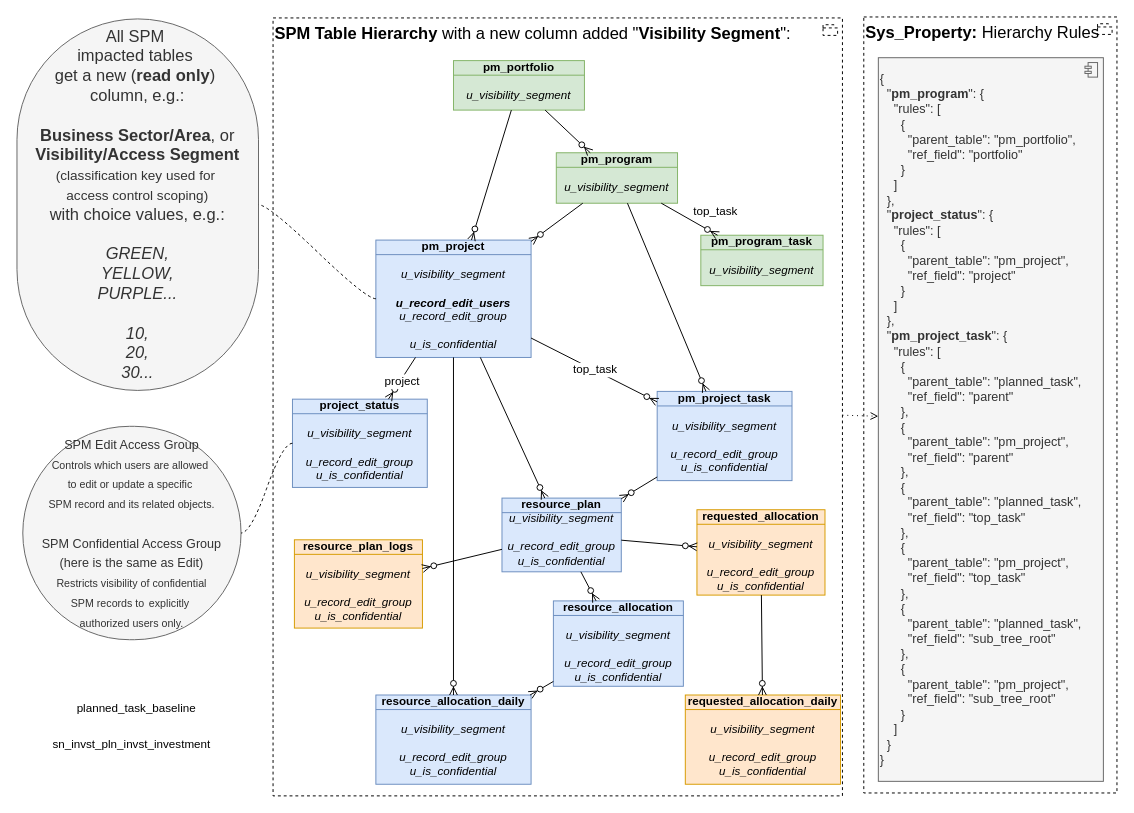
Before: page "hier1" (4 of 21) of Uve.drawio in algimas/tmp, a draw.io diagram. Source tidied: cells renumbered, new cells numbered last; positions are measured from the earlier drawing's top-left corner, leaving out a move shared by most shapes. Both pictures are drawn from the tidied source at 97%, with x=0, y=0 at pixel (16, 16).
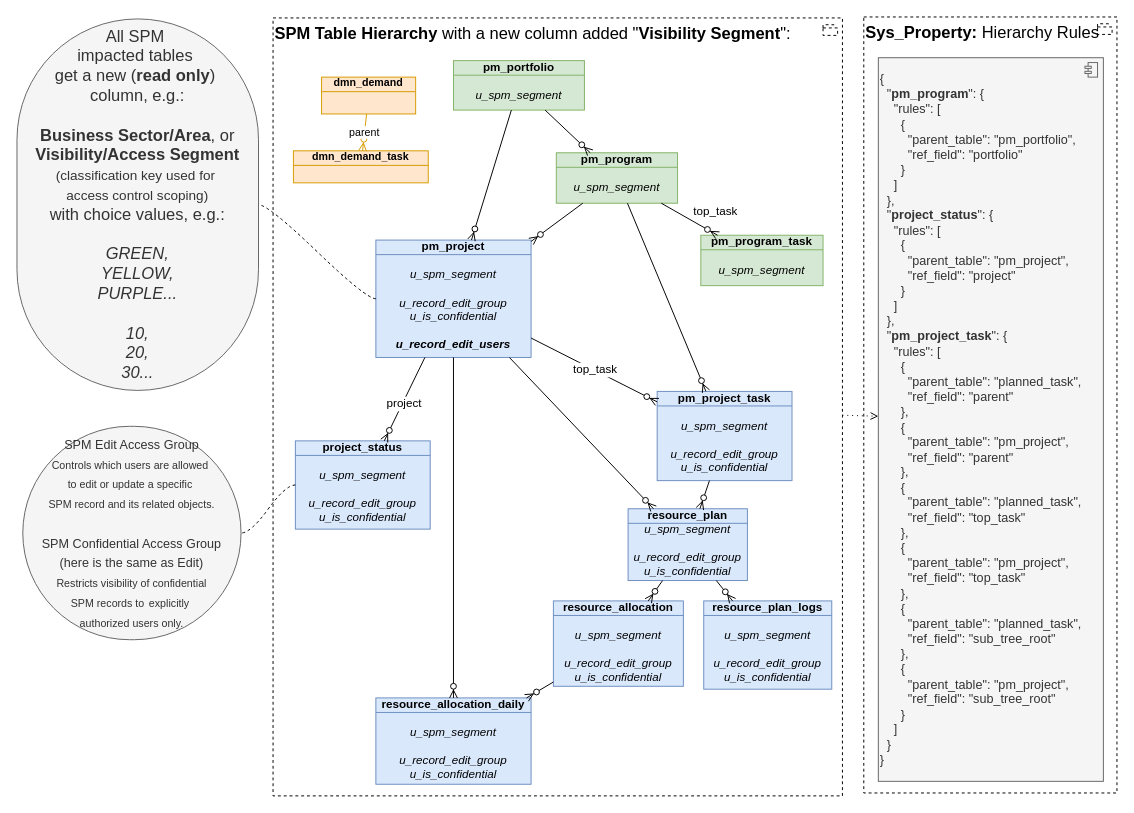
After the change.

The edit, as a diff of the source:
```diff
@@
-    <mxCell id="4" value="&lt;div&gt;&lt;b&gt;pm_project&lt;/b&gt;&lt;/div&gt;&lt;div&gt;&lt;div&gt;&lt;i&gt;&lt;br&gt;&lt;/i&gt;&lt;/div&gt;&lt;div&gt;&lt;i&gt;u_visibility_segment&lt;/i&gt;&lt;/div&gt;&lt;div&gt;&lt;br&gt;&lt;/div&gt;&lt;i&gt;&lt;b&gt;u_record_edit_users&lt;/b&gt;&lt;br&gt;u_&lt;/i&gt;&lt;i&gt;record&lt;/i&gt;&lt;i&gt;_edit_group&lt;/i&gt;&lt;/div&gt;&lt;div&gt;&lt;i&gt;&lt;br&gt;&lt;/i&gt;&lt;/div&gt;&lt;div&gt;&lt;i&gt;u_is_confidential&lt;/i&gt;&lt;/div&gt;" style="html=1;outlineConnect=0;whiteSpace=wrap;fillColor=#dae8fc;shape=mxgraph.archimate3.businessObject;overflow=fill;strokeColor=#6c8ebf;fontStyle=0;fontSize=12;" parent="1" vertex="1">
+    <mxCell id="4" value="&lt;div&gt;&lt;b&gt;pm_project&lt;/b&gt;&lt;/div&gt;&lt;div&gt;&lt;div&gt;&lt;i&gt;&lt;br&gt;&lt;/i&gt;&lt;/div&gt;&lt;div&gt;&lt;i&gt;u_spm_segment&lt;/i&gt;&lt;/div&gt;&lt;div&gt;&lt;br&gt;&lt;/div&gt;&lt;i&gt;u_&lt;/i&gt;&lt;i&gt;record&lt;/i&gt;&lt;i&gt;_edit_group&lt;/i&gt;&lt;/div&gt;&lt;div&gt;&lt;i&gt;u_is_confidential&lt;/i&gt;&lt;/div&gt;&lt;div&gt;&lt;i&gt;&lt;br&gt;&lt;/i&gt;&lt;/div&gt;&lt;div&gt;&lt;i&gt;&lt;b&gt;u_record_edit_users&lt;/b&gt;&lt;/i&gt;&lt;i&gt;&lt;/i&gt;&lt;/div&gt;" style="html=1;outlineConnect=0;whiteSpace=wrap;fillColor=#dae8fc;shape=mxgraph.archimate3.businessObject;overflow=fill;strokeColor=#6c8ebf;fontStyle=0;fontSize=12;" parent="1" vertex="1">
       <mxGeometry x="370" y="230" width="160" height="121" as="geometry" />
     </mxCell>
-    <mxCell id="5" value="&lt;div&gt;&lt;b&gt;pm_program_task&lt;/b&gt;&lt;/div&gt;&lt;div&gt;&lt;i&gt;&lt;br&gt;&lt;/i&gt;&lt;/div&gt;&lt;div&gt;&lt;i&gt;u_visibility_segment&lt;/i&gt;&lt;/div&gt;" style="html=1;outlineConnect=0;whiteSpace=wrap;fillColor=#d5e8d4;shape=mxgraph.archimate3.businessObject;overflow=fill;strokeColor=#82b366;fontStyle=0;fontSize=12;" parent="1" vertex="1">
+    <mxCell id="5" value="&lt;div&gt;&lt;b&gt;pm_program_task&lt;/b&gt;&lt;/div&gt;&lt;div&gt;&lt;i&gt;&lt;br&gt;&lt;/i&gt;&lt;/div&gt;&lt;div&gt;&lt;i&gt;u_spm_segment&lt;/i&gt;&lt;/div&gt;" style="html=1;outlineConnect=0;whiteSpace=wrap;fillColor=#d5e8d4;shape=mxgraph.archimate3.businessObject;overflow=fill;strokeColor=#82b366;fontStyle=0;fontSize=12;" parent="1" vertex="1">
       <mxGeometry x="705" y="225" width="126" height="52" as="geometry" />
     </mxCell>
-    <mxCell id="6" value="&lt;div&gt;&lt;span&gt;&lt;b&gt;pm_portfolio&lt;/b&gt;&lt;/span&gt;&lt;/div&gt;&lt;div&gt;&lt;br&gt;&lt;/div&gt;&lt;div&gt;&lt;i&gt;u_visibility_segment&lt;/i&gt;&lt;/div&gt;" style="html=1;outlineConnect=0;whiteSpace=wrap;fillColor=#d5e8d4;shape=mxgraph.archimate3.businessObject;overflow=fill;strokeColor=#82b366;fontStyle=0;fontSize=12;" parent="1" vertex="1">
+    <mxCell id="6" value="&lt;div&gt;&lt;span&gt;&lt;b&gt;pm_portfolio&lt;/b&gt;&lt;/span&gt;&lt;/div&gt;&lt;div&gt;&lt;br&gt;&lt;/div&gt;&lt;div&gt;&lt;i&gt;u_spm_segment&lt;/i&gt;&lt;/div&gt;" style="html=1;outlineConnect=0;whiteSpace=wrap;fillColor=#d5e8d4;shape=mxgraph.archimate3.businessObject;overflow=fill;strokeColor=#82b366;fontStyle=0;fontSize=12;" parent="1" vertex="1">
       <mxGeometry x="450" y="45" width="135" height="51" as="geometry" />
     </mxCell>
-    <mxCell id="7" value="&lt;div&gt;&lt;b&gt;project_status&lt;/b&gt;&lt;/div&gt;&lt;div&gt;&lt;div&gt;&lt;i&gt;&lt;br&gt;&lt;/i&gt;&lt;/div&gt;&lt;div&gt;&lt;i&gt;u_visibility_segment&lt;/i&gt;&lt;/div&gt;&lt;div&gt;&lt;i&gt;&lt;br&gt;&lt;/i&gt;&lt;/div&gt;&lt;div&gt;&lt;i&gt;u_&lt;/i&gt;&lt;i&gt;record&lt;/i&gt;&lt;i&gt;_edit_group&lt;/i&gt;&lt;div&gt;&lt;i&gt;u_is_confidential&lt;/i&gt;&lt;/div&gt;&lt;/div&gt;&lt;br&gt;&lt;/div&gt;" style="html=1;outlineConnect=0;whiteSpace=wrap;fillColor=#dae8fc;shape=mxgraph.archimate3.businessObject;overflow=fill;strokeColor=#6c8ebf;fontStyle=0;fontSize=12;" parent="1" vertex="1">
-      <mxGeometry x="284" y="394" width="139" height="91" as="geometry" />
+    <mxCell id="7" value="&lt;div&gt;&lt;b&gt;project_status&lt;/b&gt;&lt;/div&gt;&lt;div&gt;&lt;div&gt;&lt;i&gt;&lt;br&gt;&lt;/i&gt;&lt;/div&gt;&lt;div&gt;&lt;i&gt;u_spm_segment&lt;/i&gt;&lt;/div&gt;&lt;div&gt;&lt;i&gt;&lt;br&gt;&lt;/i&gt;&lt;/div&gt;&lt;div&gt;&lt;i&gt;u_&lt;/i&gt;&lt;i&gt;record&lt;/i&gt;&lt;i&gt;_edit_group&lt;/i&gt;&lt;div&gt;&lt;i&gt;u_is_confidential&lt;/i&gt;&lt;/div&gt;&lt;/div&gt;&lt;br&gt;&lt;/div&gt;" style="html=1;outlineConnect=0;whiteSpace=wrap;fillColor=#dae8fc;shape=mxgraph.archimate3.businessObject;overflow=fill;strokeColor=#6c8ebf;fontStyle=0;fontSize=12;" parent="1" vertex="1">
+      <mxGeometry x="287" y="437" width="139" height="91" as="geometry" />
     </mxCell>
@@
-    <mxCell id="10" value="&lt;div&gt;&lt;b&gt;pm_project_task&lt;/b&gt;&lt;/div&gt;&lt;div&gt;&lt;div&gt;&lt;i&gt;&lt;br&gt;&lt;/i&gt;&lt;/div&gt;&lt;div&gt;&lt;i&gt;u_visibility_segment&lt;/i&gt;&lt;/div&gt;&lt;div&gt;&lt;br&gt;&lt;/div&gt;&lt;div&gt;&lt;i&gt;u_&lt;/i&gt;&lt;i&gt;record&lt;/i&gt;&lt;i&gt;_edit_group&lt;/i&gt;&lt;div&gt;&lt;i&gt;u_is_confidential&lt;/i&gt;&lt;/div&gt;&lt;/div&gt;&lt;/div&gt;" style="html=1;outlineConnect=0;whiteSpace=wrap;fillColor=#dae8fc;shape=mxgraph.archimate3.businessObject;overflow=fill;strokeColor=#6c8ebf;fontStyle=0;fontSize=12;" parent="1" vertex="1">
+    <mxCell id="10" value="&lt;div&gt;&lt;b&gt;pm_project_task&lt;/b&gt;&lt;/div&gt;&lt;div&gt;&lt;div&gt;&lt;i&gt;&lt;br&gt;&lt;/i&gt;&lt;/div&gt;&lt;div&gt;&lt;i&gt;u_spm_segment&lt;/i&gt;&lt;/div&gt;&lt;div&gt;&lt;br&gt;&lt;/div&gt;&lt;div&gt;&lt;i&gt;u_&lt;/i&gt;&lt;i&gt;record&lt;/i&gt;&lt;i&gt;_edit_group&lt;/i&gt;&lt;div&gt;&lt;i&gt;u_is_confidential&lt;/i&gt;&lt;/div&gt;&lt;/div&gt;&lt;/div&gt;" style="html=1;outlineConnect=0;whiteSpace=wrap;fillColor=#dae8fc;shape=mxgraph.archimate3.businessObject;overflow=fill;strokeColor=#6c8ebf;fontStyle=0;fontSize=12;" parent="1" vertex="1">
       <mxGeometry x="660" y="386" width="139" height="92" as="geometry" />
     </mxCell>
-    <mxCell id="11" value="&lt;div&gt;&lt;b&gt;pm_program&lt;/b&gt;&lt;/div&gt;&lt;div&gt;&lt;div&gt;&lt;i&gt;&lt;br&gt;&lt;/i&gt;&lt;/div&gt;&lt;div&gt;&lt;i&gt;u_visibility_segment&lt;/i&gt;&lt;/div&gt;&lt;br&gt;&lt;/div&gt;&lt;div&gt;&lt;br&gt;&lt;/div&gt;&lt;div&gt;&lt;br&gt;&lt;/div&gt;" style="html=1;outlineConnect=0;whiteSpace=wrap;fillColor=#d5e8d4;shape=mxgraph.archimate3.businessObject;overflow=fill;strokeColor=#82b366;fontStyle=0;fontSize=12;" parent="1" vertex="1">
+    <mxCell id="11" value="&lt;div&gt;&lt;b&gt;pm_program&lt;/b&gt;&lt;/div&gt;&lt;div&gt;&lt;div&gt;&lt;i&gt;&lt;br&gt;&lt;/i&gt;&lt;/div&gt;&lt;div&gt;&lt;i&gt;u_spm_segment&lt;/i&gt;&lt;/div&gt;&lt;br&gt;&lt;/div&gt;&lt;div&gt;&lt;br&gt;&lt;/div&gt;&lt;div&gt;&lt;br&gt;&lt;/div&gt;" style="html=1;outlineConnect=0;whiteSpace=wrap;fillColor=#d5e8d4;shape=mxgraph.archimate3.businessObject;overflow=fill;strokeColor=#82b366;fontStyle=0;fontSize=12;" parent="1" vertex="1">
       <mxGeometry x="556" y="140" width="125" height="52" as="geometry" />
     </mxCell>
@@
-    <mxCell id="26" value="&lt;div&gt;resource_allocation_daily&lt;/div&gt;&lt;div&gt;&lt;br&gt;&lt;/div&gt;&lt;div align=&quot;left&quot;&gt;&lt;div align=&quot;center&quot;&gt;&lt;div&gt;&lt;i style=&quot;font-weight: normal;&quot;&gt;u_visibility_segment&lt;/i&gt;&lt;/div&gt;&lt;div&gt;&lt;span style=&quot;font-weight: normal;&quot;&gt;&lt;i&gt;&lt;br&gt;&lt;/i&gt;&lt;/span&gt;&lt;/div&gt;&lt;div&gt;&lt;span style=&quot;font-weight: normal;&quot;&gt;&lt;i&gt;u_&lt;/i&gt;&lt;i&gt;record&lt;/i&gt;&lt;i&gt;_edit_group&lt;/i&gt;&lt;/span&gt;&lt;div&gt;&lt;i style=&quot;font-weight: normal;&quot;&gt;u_is_confidential&lt;/i&gt;&lt;/div&gt;&lt;/div&gt;&lt;/div&gt;&lt;/div&gt;" style="html=1;outlineConnect=0;whiteSpace=wrap;fillColor=#dae8fc;shape=mxgraph.archimate3.businessObject;overflow=fill;strokeColor=#6c8ebf;fontStyle=1;" parent="1" vertex="1">
-      <mxGeometry x="370" y="699" width="160" height="92" as="geometry" />
+    <mxCell id="26" value="&lt;div&gt;resource_allocation_daily&lt;/div&gt;&lt;div&gt;&lt;br&gt;&lt;/div&gt;&lt;div align=&quot;left&quot;&gt;&lt;div align=&quot;center&quot;&gt;&lt;div&gt;&lt;i style=&quot;font-weight: 400;&quot;&gt;u_spm_segment&lt;/i&gt;&lt;/div&gt;&lt;div&gt;&lt;span style=&quot;font-weight: normal;&quot;&gt;&lt;i&gt;&lt;br&gt;&lt;/i&gt;&lt;/span&gt;&lt;/div&gt;&lt;div&gt;&lt;span style=&quot;font-weight: normal;&quot;&gt;&lt;i&gt;u_&lt;/i&gt;&lt;i&gt;record&lt;/i&gt;&lt;i&gt;_edit_group&lt;/i&gt;&lt;/span&gt;&lt;div&gt;&lt;i style=&quot;font-weight: normal;&quot;&gt;u_is_confidential&lt;/i&gt;&lt;/div&gt;&lt;/div&gt;&lt;/div&gt;&lt;/div&gt;" style="html=1;outlineConnect=0;whiteSpace=wrap;fillColor=#dae8fc;shape=mxgraph.archimate3.businessObject;overflow=fill;strokeColor=#6c8ebf;fontStyle=1;" parent="1" vertex="1">
+      <mxGeometry x="370" y="702" width="160" height="89" as="geometry" />
     </mxCell>
-    <mxCell id="27" value="&lt;div&gt;resource_allocation&lt;/div&gt;&lt;div&gt;&lt;br&gt;&lt;/div&gt;&lt;div align=&quot;center&quot;&gt;&lt;div&gt;&lt;i style=&quot;font-weight: normal;&quot;&gt;u_visibility_segment&lt;/i&gt;&lt;/div&gt;&lt;div&gt;&lt;span style=&quot;font-weight: normal;&quot;&gt;&lt;i&gt;&lt;br&gt;&lt;/i&gt;&lt;/span&gt;&lt;/div&gt;&lt;div&gt;&lt;span style=&quot;font-weight: normal;&quot;&gt;&lt;i&gt;u_&lt;/i&gt;&lt;i&gt;record&lt;/i&gt;&lt;i&gt;_edit_group&lt;/i&gt;&lt;/span&gt;&lt;div&gt;&lt;i style=&quot;font-weight: normal;&quot;&gt;u_is_confidential&lt;/i&gt;&lt;/div&gt;&lt;/div&gt;&lt;/div&gt;" style="html=1;outlineConnect=0;whiteSpace=wrap;fillColor=#dae8fc;shape=mxgraph.archimate3.businessObject;overflow=fill;strokeColor=#6c8ebf;fontStyle=1;" parent="1" vertex="1">
+    <mxCell id="27" value="&lt;div&gt;resource_allocation&lt;/div&gt;&lt;div&gt;&lt;br&gt;&lt;/div&gt;&lt;div align=&quot;center&quot;&gt;&lt;div&gt;&lt;i style=&quot;font-weight: 400;&quot;&gt;u_spm_segment&lt;/i&gt;&lt;/div&gt;&lt;div&gt;&lt;span style=&quot;font-weight: normal;&quot;&gt;&lt;i&gt;&lt;br&gt;&lt;/i&gt;&lt;/span&gt;&lt;/div&gt;&lt;div&gt;&lt;span style=&quot;font-weight: normal;&quot;&gt;&lt;i&gt;u_&lt;/i&gt;&lt;i&gt;record&lt;/i&gt;&lt;i&gt;_edit_group&lt;/i&gt;&lt;/span&gt;&lt;div&gt;&lt;i style=&quot;font-weight: normal;&quot;&gt;u_is_confidential&lt;/i&gt;&lt;/div&gt;&lt;/div&gt;&lt;/div&gt;" style="html=1;outlineConnect=0;whiteSpace=wrap;fillColor=#dae8fc;shape=mxgraph.archimate3.businessObject;overflow=fill;strokeColor=#6c8ebf;fontStyle=1;" parent="1" vertex="1">
       <mxGeometry x="553" y="602" width="134" height="88" as="geometry" />
     </mxCell>
-    <mxCell id="28" value="&lt;div&gt;resource_plan&lt;/div&gt;&lt;div&gt;&lt;i style=&quot;font-weight: normal;&quot;&gt;u_visibility_segment&lt;/i&gt;&lt;/div&gt;&lt;div&gt;&lt;span style=&quot;font-weight: normal;&quot;&gt;&lt;i&gt;&lt;br&gt;&lt;/i&gt;&lt;/span&gt;&lt;/div&gt;&lt;div&gt;&lt;span style=&quot;font-weight: normal;&quot;&gt;&lt;i&gt;u_&lt;/i&gt;&lt;i&gt;record&lt;/i&gt;&lt;i&gt;_edit_group&lt;/i&gt;&lt;/span&gt;&lt;div&gt;&lt;i style=&quot;font-weight: normal;&quot;&gt;u_is_confidential&lt;/i&gt;&lt;/div&gt;&lt;/div&gt;" style="html=1;outlineConnect=0;whiteSpace=wrap;fillColor=#dae8fc;shape=mxgraph.archimate3.businessObject;overflow=fill;strokeColor=#6c8ebf;fontStyle=1;" parent="1" vertex="1">
-      <mxGeometry x="500" y="496" width="123" height="76" as="geometry" />
+    <mxCell id="28" value="&lt;div&gt;resource_plan&lt;/div&gt;&lt;div&gt;&lt;i style=&quot;font-weight: 400;&quot;&gt;u_spm_segment&lt;/i&gt;&lt;/div&gt;&lt;div&gt;&lt;i style=&quot;font-weight: 400;&quot;&gt;&lt;br&gt;&lt;/i&gt;&lt;/div&gt;&lt;div&gt;&lt;span style=&quot;font-weight: normal;&quot;&gt;&lt;i&gt;u_&lt;/i&gt;&lt;i&gt;record&lt;/i&gt;&lt;i&gt;_edit_group&lt;/i&gt;&lt;/span&gt;&lt;div&gt;&lt;i style=&quot;font-weight: normal;&quot;&gt;u_is_confidential&lt;/i&gt;&lt;/div&gt;&lt;/div&gt;" style="html=1;outlineConnect=0;whiteSpace=wrap;fillColor=#dae8fc;shape=mxgraph.archimate3.businessObject;overflow=fill;strokeColor=#6c8ebf;fontStyle=1;" parent="1" vertex="1">
+      <mxGeometry x="630" y="507" width="123" height="74" as="geometry" />
     </mxCell>
@@
-    <mxCell id="34" value="&lt;div&gt;requested_allocation&lt;/div&gt;&lt;div&gt;&lt;br&gt;&lt;/div&gt;&lt;div align=&quot;center&quot;&gt;&lt;div&gt;&lt;i style=&quot;font-weight: normal;&quot;&gt;u_visibility_segment&lt;/i&gt;&lt;/div&gt;&lt;div&gt;&lt;span style=&quot;font-weight: normal;&quot;&gt;&lt;i&gt;&lt;br&gt;&lt;/i&gt;&lt;/span&gt;&lt;/div&gt;&lt;div&gt;&lt;span style=&quot;font-weight: normal;&quot;&gt;&lt;i&gt;u_&lt;/i&gt;&lt;i&gt;record&lt;/i&gt;&lt;i&gt;_edit_group&lt;/i&gt;&lt;/span&gt;&lt;div&gt;&lt;i style=&quot;font-weight: normal;&quot;&gt;u_is_confidential&lt;/i&gt;&lt;/div&gt;&lt;/div&gt;&lt;/div&gt;" style="html=1;outlineConnect=0;whiteSpace=wrap;fillColor=#ffe6cc;shape=mxgraph.archimate3.businessObject;overflow=fill;strokeColor=#d79b00;fontStyle=1;" parent="1" vertex="1">
-      <mxGeometry x="701" y="508" width="132" height="88" as="geometry" />
-    </mxCell>
-    <mxCell id="35" style="fontSize=12;html=1;endArrow=ERzeroToMany;endFill=1;rounded=0;" parent="1" edge="1" source="28" target="34">
-      <mxGeometry relative="1" as="geometry" />
-    </mxCell>
-    <mxCell id="36" value="&lt;div&gt;resource_plan_logs&lt;/div&gt;&lt;br&gt;&lt;div align=&quot;center&quot;&gt;&lt;div&gt;&lt;i style=&quot;font-weight: normal;&quot;&gt;u_visibility_segment&lt;/i&gt;&lt;/div&gt;&lt;div&gt;&lt;span style=&quot;font-weight: normal;&quot;&gt;&lt;i&gt;&lt;br&gt;&lt;/i&gt;&lt;/span&gt;&lt;/div&gt;&lt;div&gt;&lt;span style=&quot;font-weight: normal;&quot;&gt;&lt;i&gt;u_&lt;/i&gt;&lt;i&gt;record&lt;/i&gt;&lt;i&gt;_edit_group&lt;/i&gt;&lt;/span&gt;&lt;div&gt;&lt;i style=&quot;font-weight: normal;&quot;&gt;u_is_confidential&lt;/i&gt;&lt;/div&gt;&lt;/div&gt;&lt;/div&gt;" style="html=1;outlineConnect=0;whiteSpace=wrap;fillColor=#ffe6cc;shape=mxgraph.archimate3.businessObject;overflow=fill;strokeColor=#d79b00;fontStyle=1;" parent="1" vertex="1">
-      <mxGeometry x="286" y="539" width="132" height="91" as="geometry" />
+    <mxCell id="36" value="&lt;div&gt;resource_plan_logs&lt;/div&gt;&lt;br&gt;&lt;div align=&quot;center&quot;&gt;&lt;div&gt;&lt;i style=&quot;font-weight: 400;&quot;&gt;u_spm_segment&lt;/i&gt;&lt;/div&gt;&lt;div&gt;&lt;span style=&quot;font-weight: normal;&quot;&gt;&lt;i&gt;&lt;br&gt;&lt;/i&gt;&lt;/span&gt;&lt;/div&gt;&lt;div&gt;&lt;span style=&quot;font-weight: normal;&quot;&gt;&lt;i&gt;u_&lt;/i&gt;&lt;i&gt;record&lt;/i&gt;&lt;i&gt;_edit_group&lt;/i&gt;&lt;/span&gt;&lt;div&gt;&lt;i style=&quot;font-weight: normal;&quot;&gt;u_is_confidential&lt;/i&gt;&lt;/div&gt;&lt;/div&gt;&lt;/div&gt;" style="html=1;outlineConnect=0;whiteSpace=wrap;fillColor=#dae8fc;shape=mxgraph.archimate3.businessObject;overflow=fill;strokeColor=#6c8ebf;fontStyle=1;" parent="1" vertex="1">
+      <mxGeometry x="708" y="602" width="132" height="91" as="geometry" />
     </mxCell>
@@
-    <mxCell id="38" value="&lt;div&gt;requested_allocation_daily&lt;/div&gt;&lt;div&gt;&lt;br&gt;&lt;/div&gt;&lt;div align=&quot;left&quot;&gt;&lt;div align=&quot;center&quot;&gt;&lt;div&gt;&lt;i style=&quot;font-weight: normal;&quot;&gt;u_visibility_segment&lt;/i&gt;&lt;/div&gt;&lt;div&gt;&lt;span style=&quot;font-weight: normal;&quot;&gt;&lt;i&gt;&lt;br&gt;&lt;/i&gt;&lt;/span&gt;&lt;/div&gt;&lt;div&gt;&lt;span style=&quot;font-weight: normal;&quot;&gt;&lt;i&gt;u_&lt;/i&gt;&lt;i&gt;record&lt;/i&gt;&lt;i&gt;_edit_group&lt;/i&gt;&lt;/span&gt;&lt;div&gt;&lt;i style=&quot;font-weight: normal;&quot;&gt;u_is_confidential&lt;/i&gt;&lt;/div&gt;&lt;/div&gt;&lt;/div&gt;&lt;/div&gt;" style="html=1;outlineConnect=0;whiteSpace=wrap;fillColor=#ffe6cc;shape=mxgraph.archimate3.businessObject;overflow=fill;strokeColor=#d79b00;fontStyle=1;" parent="1" vertex="1">
-      <mxGeometry x="689" y="699" width="160" height="92" as="geometry" />
-    </mxCell>
-    <mxCell id="39" style="fontSize=12;html=1;endArrow=ERzeroToMany;endFill=1;rounded=0;" parent="1" edge="1" source="34" target="38">
-      <mxGeometry relative="1" as="geometry" />
-    </mxCell>
-    <mxCell id="40" value="&lt;span style=&quot;font-weight: normal;&quot;&gt;planned_task_baseline&lt;/span&gt;" style="text;whiteSpace=wrap;html=1;" parent="1" vertex="1">
-      <mxGeometry x="60" y="699" width="151" height="36" as="geometry" />
-    </mxCell>
-    <mxCell id="41" value="sn_invst_pln_invst_investment" style="text;whiteSpace=wrap;" parent="1" vertex="1">
-      <mxGeometry x="35" y="736" width="212" height="36" as="geometry" />
-    </mxCell>
+    <mxCell id="42" value="dmn_demand" style="html=1;outlineConnect=0;whiteSpace=wrap;fillColor=#ffe6cc;shape=mxgraph.archimate3.businessObject;overflow=fill;strokeColor=#d79b00;fontStyle=1;fontSize=11;" parent="1" vertex="1">
+      <mxGeometry x="314" y="62" width="97" height="38" as="geometry" />
+    </mxCell>
+    <mxCell id="43" value="dmn_demand_task" style="html=1;outlineConnect=0;whiteSpace=wrap;fillColor=#ffe6cc;shape=mxgraph.archimate3.businessObject;overflow=fill;strokeColor=#d79b00;fontStyle=1;fontSize=11;" parent="1" vertex="1">
+      <mxGeometry x="285" y="138" width="139" height="33" as="geometry" />
+    </mxCell>
+    <mxCell id="44" value="parent" style="fontSize=11;html=1;endArrow=ERzeroToMany;endFill=1;rounded=0;fillColor=#ffe6cc;strokeColor=#d79b00;" parent="1" edge="1" source="42" target="43">
+      <mxGeometry relative="1" as="geometry" />
+    </mxCell>
```
